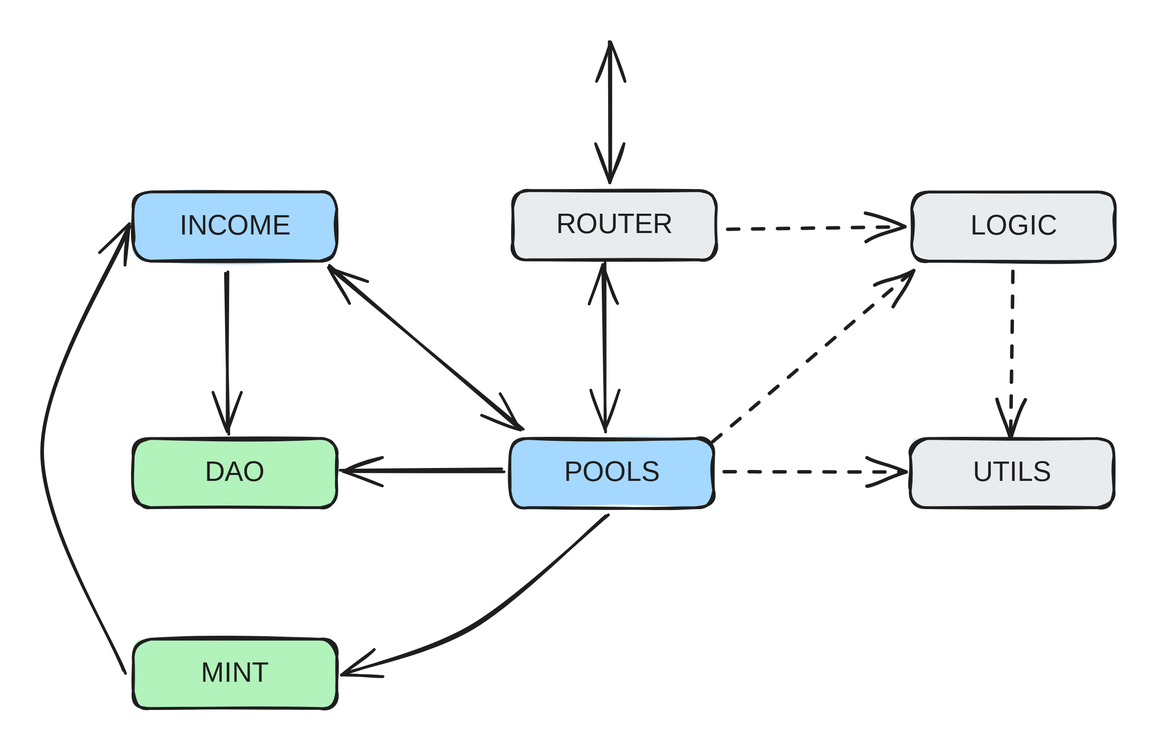
Earlier version of the Excalidraw export .gitbook/assets/file.excalidraw (6).svg (decaswap-labs/docs). Source tidied: one line per element, renumbered; positions are measured from the earlier drawing's top-left corner, leaving out a move shared by most shapes. Source of this version:
```json
{"id": 0, "type": "rectangle", "strokeColor": "#1e1e1e", "backgroundColor": "#e9ecef", "fillStyle": "solid", "strokeWidth": 2, "roughness": 1, "round": true, "x": 340, "y": 108, "width": 147, "height": 50}
{"id": 1, "type": "text", "text": "ROUTER", "strokeColor": "#1e1e1e", "strokeWidth": 2, "roughness": 1, "fontSize": 20, "fontFamily": 1, "textAlign": "center", "verticalAlign": "middle", "inside": 0, "x": 371, "y": 120, "width": 85, "height": 25}
{"id": 2, "type": "rectangle", "strokeColor": "#1e1e1e", "backgroundColor": "#a5d8ff", "fillStyle": "solid", "strokeWidth": 2, "roughness": 1, "round": true, "x": 338, "y": 287, "width": 147, "height": 50}
{"id": 3, "type": "text", "text": "POOLS", "strokeColor": "#1e1e1e", "strokeWidth": 2, "roughness": 1, "fontSize": 20, "fontFamily": 1, "textAlign": "center", "verticalAlign": "middle", "inside": 2, "x": 378, "y": 300, "width": 66, "height": 25}
{"id": 4, "type": "rectangle", "strokeColor": "#1e1e1e", "backgroundColor": "#b2f2bb", "fillStyle": "solid", "strokeWidth": 2, "roughness": 1, "round": true, "x": 66, "y": 287, "width": 147, "height": 50}
{"id": 5, "type": "text", "text": "DAO", "strokeColor": "#1e1e1e", "strokeWidth": 2, "roughness": 1, "fontSize": 20, "fontFamily": 1, "textAlign": "center", "verticalAlign": "middle", "inside": 4, "x": 118, "y": 300, "width": 43, "height": 25}
{"id": 6, "type": "rectangle", "strokeColor": "#1e1e1e", "backgroundColor": "#b2f2bb", "fillStyle": "solid", "strokeWidth": 2, "roughness": 1, "round": true, "x": 66, "y": 432, "width": 147, "height": 50}
{"id": 7, "type": "text", "text": "MINT", "strokeColor": "#1e1e1e", "strokeWidth": 2, "roughness": 1, "fontSize": 20, "fontFamily": 1, "textAlign": "center", "verticalAlign": "middle", "inside": 6, "x": 112, "y": 444, "width": 55, "height": 25}
{"id": 8, "type": "rectangle", "strokeColor": "#1e1e1e", "backgroundColor": "#a5d8ff", "fillStyle": "solid", "strokeWidth": 2, "roughness": 1, "round": true, "x": 66, "y": 109, "width": 147, "height": 50}
{"id": 9, "type": "text", "text": "INCOME", "strokeColor": "#1e1e1e", "strokeWidth": 2, "roughness": 1, "fontSize": 20, "fontFamily": 1, "textAlign": "center", "verticalAlign": "middle", "inside": 8, "x": 100, "y": 122, "width": 80, "height": 25}
{"id": 10, "type": "rectangle", "strokeColor": "#1e1e1e", "backgroundColor": "#e9ecef", "fillStyle": "solid", "strokeWidth": 2, "roughness": 1, "round": true, "x": 628, "y": 109, "width": 147, "height": 50}
{"id": 11, "type": "text", "text": "LOGIC", "strokeColor": "#1e1e1e", "strokeWidth": 2, "roughness": 1, "fontSize": 20, "fontFamily": 1, "textAlign": "center", "verticalAlign": "middle", "inside": 10, "x": 668, "y": 122, "width": 66, "height": 25}
{"id": 12, "type": "rectangle", "strokeColor": "#1e1e1e", "backgroundColor": "#e9ecef", "fillStyle": "solid", "strokeWidth": 2, "roughness": 1, "round": true, "x": 627, "y": 287, "width": 147, "height": 50}
{"id": 13, "type": "text", "text": "UTILS", "strokeColor": "#1e1e1e", "strokeWidth": 2, "roughness": 1, "fontSize": 20, "fontFamily": 1, "textAlign": "center", "verticalAlign": "middle", "inside": 12, "x": 668, "y": 300, "width": 65, "height": 25}
{"id": 14, "type": "arrow", "strokeColor": "#1e1e1e", "backgroundColor": "#e9ecef", "fillStyle": "solid", "strokeWidth": 2, "roughness": 1, "startArrowhead": "arrow", "endArrowhead": "arrow", "round": true, "to": 0, "x": 410, "y": 0, "width": 0, "height": 101, "points": [[0, 0], [0, 101]]}
{"id": 15, "type": "arrow", "strokeColor": "#1e1e1e", "backgroundColor": "#e9ecef", "fillStyle": "solid", "strokeWidth": 2, "roughness": 1, "startArrowhead": "arrow", "endArrowhead": "arrow", "round": true, "from": 0, "to": 2, "x": 406, "y": 162, "width": 0, "height": 120, "points": [[0, 0], [0, 120]]}
{"id": 16, "type": "arrow", "strokeColor": "#1e1e1e", "backgroundColor": "#e9ecef", "fillStyle": "solid", "strokeWidth": 2, "roughness": 1, "endArrowhead": "arrow", "round": true, "from": 2, "to": 4, "x": 333, "y": 310, "width": 117, "height": 1, "points": [[0, 0], [-117, 1]]}
{"id": 17, "type": "arrow", "strokeColor": "#1e1e1e", "backgroundColor": "#e9ecef", "fillStyle": "solid", "strokeWidth": 2, "roughness": 1, "endArrowhead": "arrow", "round": true, "from": 2, "to": 6, "x": 408, "y": 342, "width": 190, "height": 116, "points": [[0, 0], [-97, 81], [-190, 116]]}
{"id": 18, "type": "arrow", "strokeColor": "#1e1e1e", "backgroundColor": "#e9ecef", "fillStyle": "solid", "strokeWidth": 2, "roughness": 1, "startArrowhead": "arrow", "endArrowhead": "arrow", "round": true, "from": 2, "to": 8, "x": 346, "y": 280, "width": 139, "height": 118, "points": [[0, 0], [-139, -118]]}
{"id": 19, "type": "arrow", "strokeColor": "#1e1e1e", "backgroundColor": "#e9ecef", "fillStyle": "solid", "strokeWidth": 2, "roughness": 1, "endArrowhead": "arrow", "round": true, "from": 6, "to": 8, "x": 60, "y": 455, "width": 63, "height": 322, "points": [[0, 0], [-60, -159], [3, -322]]}
{"id": 20, "type": "arrow", "strokeColor": "#1e1e1e", "backgroundColor": "#e9ecef", "fillStyle": "solid", "strokeWidth": 2, "strokeStyle": "dashed", "roughness": 1, "endArrowhead": "arrow", "round": true, "from": 2, "to": 12, "x": 493, "y": 311, "width": 130, "height": 0, "points": [[0, 0], [130, 0]]}
{"id": 21, "type": "arrow", "strokeColor": "#1e1e1e", "backgroundColor": "#e9ecef", "fillStyle": "solid", "strokeWidth": 2, "strokeStyle": "dashed", "roughness": 1, "endArrowhead": "arrow", "round": true, "from": 10, "to": 12, "x": 700, "y": 167, "width": 0, "height": 120, "points": [[0, 0], [0, 120]]}
{"id": 22, "type": "arrow", "strokeColor": "#1e1e1e", "backgroundColor": "#e9ecef", "fillStyle": "solid", "strokeWidth": 2, "strokeStyle": "dashed", "roughness": 1, "endArrowhead": "arrow", "round": true, "from": 0, "to": 10, "x": 494, "y": 137, "width": 130, "height": 4, "points": [[0, 0], [130, -4]]}
{"id": 23, "type": "arrow", "strokeColor": "#1e1e1e", "strokeWidth": 2, "roughness": 1, "endArrowhead": "arrow", "round": true, "from": 8, "to": 4, "x": 133, "y": 168, "width": 2, "height": 116, "points": [[0, 0], [2, 116]]}
{"id": 24, "type": "arrow", "strokeColor": "#1e1e1e", "strokeWidth": 2, "strokeStyle": "dashed", "roughness": 1, "endArrowhead": "arrow", "round": true, "to": 10, "x": 484, "y": 289, "width": 146, "height": 124, "points": [[0, 0], [146, -124]]}
```
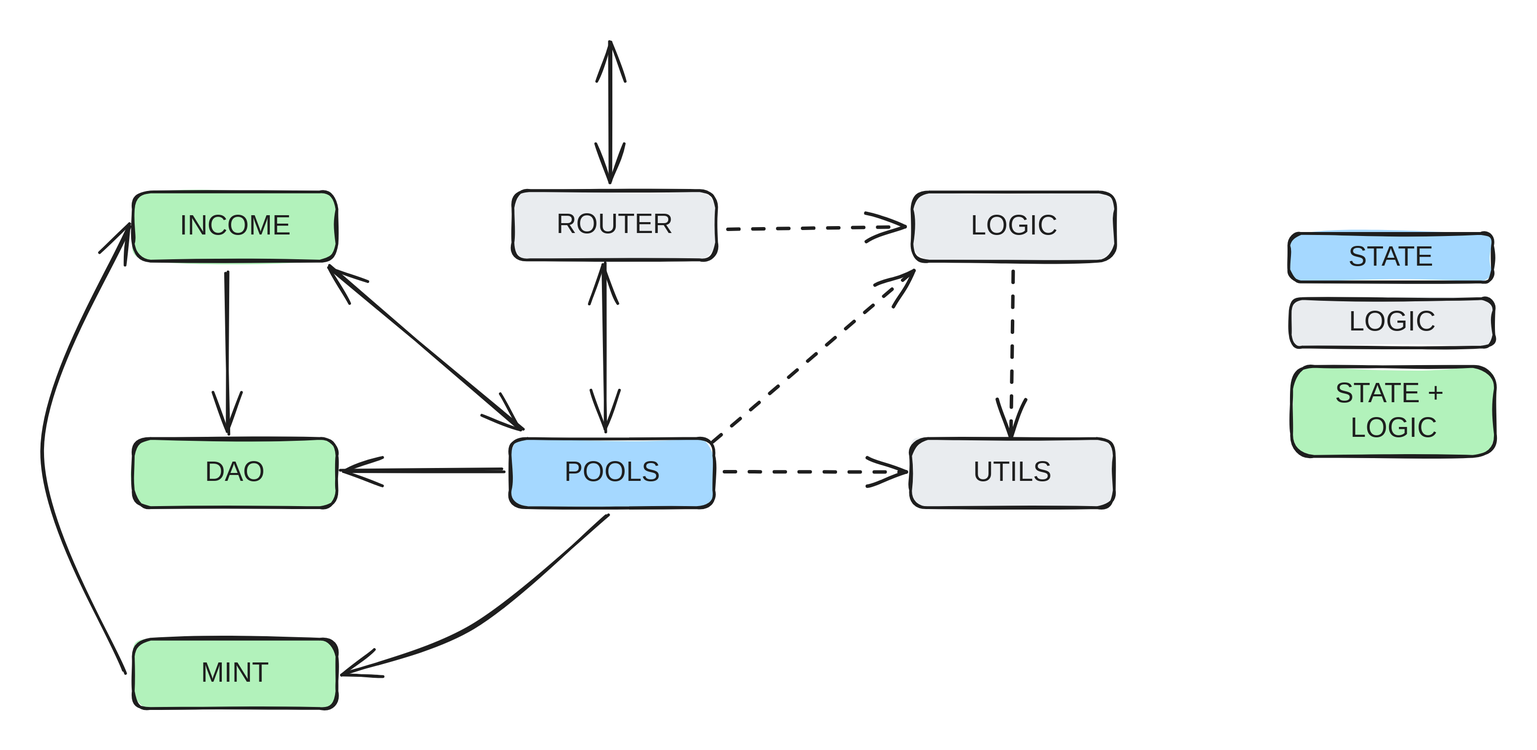
After the commit.

Commit message:
GITBOOK-8: No subject

What changed in the source:
```diff
@@ -1,25 +1,31 @@
 {"id": 0, "type": "rectangle", "strokeColor": "#1e1e1e", "backgroundColor": "#e9ecef", "fillStyle": "solid", "strokeWidth": 2, "roughness": 1, "round": true, "x": 340, "y": 108, "width": 147, "height": 50}
 {"id": 1, "type": "text", "text": "ROUTER", "strokeColor": "#1e1e1e", "strokeWidth": 2, "roughness": 1, "fontSize": 20, "fontFamily": 1, "textAlign": "center", "verticalAlign": "middle", "inside": 0, "x": 371, "y": 120, "width": 85, "height": 25}
-{"id": 2, "type": "rectangle", "strokeColor": "#1e1e1e", "backgroundColor": "#a5d8ff", "fillStyle": "solid", "strokeWidth": 2, "roughness": 1, "round": true, "x": 338, "y": 287, "width": 147, "height": 50}
-{"id": 3, "type": "text", "text": "POOLS", "strokeColor": "#1e1e1e", "strokeWidth": 2, "roughness": 1, "fontSize": 20, "fontFamily": 1, "textAlign": "center", "verticalAlign": "middle", "inside": 2, "x": 378, "y": 300, "width": 66, "height": 25}
+{"id": 25, "type": "rectangle", "strokeColor": "#1e1e1e", "backgroundColor": "#a5d8ff", "fillStyle": "solid", "strokeWidth": 2, "roughness": 1, "round": true, "x": 338, "y": 287, "width": 147, "height": 50}
+{"id": 26, "type": "text", "text": "POOLS", "strokeColor": "#1e1e1e", "strokeWidth": 2, "roughness": 1, "fontSize": 20, "fontFamily": 1, "textAlign": "center", "verticalAlign": "middle", "inside": 25, "x": 378, "y": 300, "width": 66, "height": 25}
 {"id": 4, "type": "rectangle", "strokeColor": "#1e1e1e", "backgroundColor": "#b2f2bb", "fillStyle": "solid", "strokeWidth": 2, "roughness": 1, "round": true, "x": 66, "y": 287, "width": 147, "height": 50}
 {"id": 5, "type": "text", "text": "DAO", "strokeColor": "#1e1e1e", "strokeWidth": 2, "roughness": 1, "fontSize": 20, "fontFamily": 1, "textAlign": "center", "verticalAlign": "middle", "inside": 4, "x": 118, "y": 300, "width": 43, "height": 25}
 {"id": 6, "type": "rectangle", "strokeColor": "#1e1e1e", "backgroundColor": "#b2f2bb", "fillStyle": "solid", "strokeWidth": 2, "roughness": 1, "round": true, "x": 66, "y": 432, "width": 147, "height": 50}
 {"id": 7, "type": "text", "text": "MINT", "strokeColor": "#1e1e1e", "strokeWidth": 2, "roughness": 1, "fontSize": 20, "fontFamily": 1, "textAlign": "center", "verticalAlign": "middle", "inside": 6, "x": 112, "y": 444, "width": 55, "height": 25}
-{"id": 8, "type": "rectangle", "strokeColor": "#1e1e1e", "backgroundColor": "#a5d8ff", "fillStyle": "solid", "strokeWidth": 2, "roughness": 1, "round": true, "x": 66, "y": 109, "width": 147, "height": 50}
+{"id": 8, "type": "rectangle", "strokeColor": "#1e1e1e", "backgroundColor": "#b2f2bb", "fillStyle": "solid", "strokeWidth": 2, "roughness": 1, "round": true, "x": 66, "y": 109, "width": 147, "height": 50}
 {"id": 9, "type": "text", "text": "INCOME", "strokeColor": "#1e1e1e", "strokeWidth": 2, "roughness": 1, "fontSize": 20, "fontFamily": 1, "textAlign": "center", "verticalAlign": "middle", "inside": 8, "x": 100, "y": 122, "width": 80, "height": 25}
 {"id": 10, "type": "rectangle", "strokeColor": "#1e1e1e", "backgroundColor": "#e9ecef", "fillStyle": "solid", "strokeWidth": 2, "roughness": 1, "round": true, "x": 628, "y": 109, "width": 147, "height": 50}
 {"id": 11, "type": "text", "text": "LOGIC", "strokeColor": "#1e1e1e", "strokeWidth": 2, "roughness": 1, "fontSize": 20, "fontFamily": 1, "textAlign": "center", "verticalAlign": "middle", "inside": 10, "x": 668, "y": 122, "width": 66, "height": 25}
 {"id": 12, "type": "rectangle", "strokeColor": "#1e1e1e", "backgroundColor": "#e9ecef", "fillStyle": "solid", "strokeWidth": 2, "roughness": 1, "round": true, "x": 627, "y": 287, "width": 147, "height": 50}
 {"id": 13, "type": "text", "text": "UTILS", "strokeColor": "#1e1e1e", "strokeWidth": 2, "roughness": 1, "fontSize": 20, "fontFamily": 1, "textAlign": "center", "verticalAlign": "middle", "inside": 12, "x": 668, "y": 300, "width": 65, "height": 25}
 {"id": 14, "type": "arrow", "strokeColor": "#1e1e1e", "backgroundColor": "#e9ecef", "fillStyle": "solid", "strokeWidth": 2, "roughness": 1, "startArrowhead": "arrow", "endArrowhead": "arrow", "round": true, "to": 0, "x": 410, "y": 0, "width": 0, "height": 101, "points": [[0, 0], [0, 101]]}
-{"id": 15, "type": "arrow", "strokeColor": "#1e1e1e", "backgroundColor": "#e9ecef", "fillStyle": "solid", "strokeWidth": 2, "roughness": 1, "startArrowhead": "arrow", "endArrowhead": "arrow", "round": true, "from": 0, "to": 2, "x": 406, "y": 162, "width": 0, "height": 120, "points": [[0, 0], [0, 120]]}
+{"id": 15, "type": "arrow", "strokeColor": "#1e1e1e", "backgroundColor": "#e9ecef", "fillStyle": "solid", "strokeWidth": 2, "roughness": 1, "startArrowhead": "arrow", "endArrowhead": "arrow", "round": true, "from": 0, "to": 25, "x": 406, "y": 162, "width": 0, "height": 120, "points": [[0, 0], [0, 120]]}
-{"id": 16, "type": "arrow", "strokeColor": "#1e1e1e", "backgroundColor": "#e9ecef", "fillStyle": "solid", "strokeWidth": 2, "roughness": 1, "endArrowhead": "arrow", "round": true, "from": 2, "to": 4, "x": 333, "y": 310, "width": 117, "height": 1, "points": [[0, 0], [-117, 1]]}
+{"id": 16, "type": "arrow", "strokeColor": "#1e1e1e", "backgroundColor": "#e9ecef", "fillStyle": "solid", "strokeWidth": 2, "roughness": 1, "endArrowhead": "arrow", "round": true, "from": 25, "to": 4, "x": 333, "y": 310, "width": 117, "height": 1, "points": [[0, 0], [-117, 1]]}
-{"id": 17, "type": "arrow", "strokeColor": "#1e1e1e", "backgroundColor": "#e9ecef", "fillStyle": "solid", "strokeWidth": 2, "roughness": 1, "endArrowhead": "arrow", "round": true, "from": 2, "to": 6, "x": 408, "y": 342, "width": 190, "height": 116, "points": [[0, 0], [-97, 81], [-190, 116]]}
+{"id": 17, "type": "arrow", "strokeColor": "#1e1e1e", "backgroundColor": "#e9ecef", "fillStyle": "solid", "strokeWidth": 2, "roughness": 1, "endArrowhead": "arrow", "round": true, "from": 25, "to": 6, "x": 408, "y": 342, "width": 190, "height": 116, "points": [[0, 0], [-97, 81], [-190, 116]]}
-{"id": 18, "type": "arrow", "strokeColor": "#1e1e1e", "backgroundColor": "#e9ecef", "fillStyle": "solid", "strokeWidth": 2, "roughness": 1, "startArrowhead": "arrow", "endArrowhead": "arrow", "round": true, "from": 2, "to": 8, "x": 346, "y": 280, "width": 139, "height": 118, "points": [[0, 0], [-139, -118]]}
+{"id": 18, "type": "arrow", "strokeColor": "#1e1e1e", "backgroundColor": "#e9ecef", "fillStyle": "solid", "strokeWidth": 2, "roughness": 1, "startArrowhead": "arrow", "endArrowhead": "arrow", "round": true, "from": 25, "to": 8, "x": 346, "y": 280, "width": 139, "height": 118, "points": [[0, 0], [-139, -118]]}
 {"id": 19, "type": "arrow", "strokeColor": "#1e1e1e", "backgroundColor": "#e9ecef", "fillStyle": "solid", "strokeWidth": 2, "roughness": 1, "endArrowhead": "arrow", "round": true, "from": 6, "to": 8, "x": 60, "y": 455, "width": 63, "height": 322, "points": [[0, 0], [-60, -159], [3, -322]]}
-{"id": 20, "type": "arrow", "strokeColor": "#1e1e1e", "backgroundColor": "#e9ecef", "fillStyle": "solid", "strokeWidth": 2, "strokeStyle": "dashed", "roughness": 1, "endArrowhead": "arrow", "round": true, "from": 2, "to": 12, "x": 493, "y": 311, "width": 130, "height": 0, "points": [[0, 0], [130, 0]]}
+{"id": 20, "type": "arrow", "strokeColor": "#1e1e1e", "backgroundColor": "#e9ecef", "fillStyle": "solid", "strokeWidth": 2, "strokeStyle": "dashed", "roughness": 1, "endArrowhead": "arrow", "round": true, "from": 25, "to": 12, "x": 493, "y": 311, "width": 130, "height": 0, "points": [[0, 0], [130, 0]]}
 {"id": 21, "type": "arrow", "strokeColor": "#1e1e1e", "backgroundColor": "#e9ecef", "fillStyle": "solid", "strokeWidth": 2, "strokeStyle": "dashed", "roughness": 1, "endArrowhead": "arrow", "round": true, "from": 10, "to": 12, "x": 700, "y": 167, "width": 0, "height": 120, "points": [[0, 0], [0, 120]]}
 {"id": 22, "type": "arrow", "strokeColor": "#1e1e1e", "backgroundColor": "#e9ecef", "fillStyle": "solid", "strokeWidth": 2, "strokeStyle": "dashed", "roughness": 1, "endArrowhead": "arrow", "round": true, "from": 0, "to": 10, "x": 494, "y": 137, "width": 130, "height": 4, "points": [[0, 0], [130, -4]]}
 {"id": 23, "type": "arrow", "strokeColor": "#1e1e1e", "strokeWidth": 2, "roughness": 1, "endArrowhead": "arrow", "round": true, "from": 8, "to": 4, "x": 133, "y": 168, "width": 2, "height": 116, "points": [[0, 0], [2, 116]]}
 {"id": 24, "type": "arrow", "strokeColor": "#1e1e1e", "strokeWidth": 2, "strokeStyle": "dashed", "roughness": 1, "endArrowhead": "arrow", "round": true, "to": 10, "x": 484, "y": 289, "width": 146, "height": 124, "points": [[0, 0], [146, -124]]}
+{"id": 27, "type": "rectangle", "strokeColor": "#1e1e1e", "backgroundColor": "#a5d8ff", "fillStyle": "solid", "strokeWidth": 2, "roughness": 1, "round": true, "x": 900, "y": 139, "width": 147, "height": 35}
+{"id": 28, "type": "text", "text": "STATE", "strokeColor": "#1e1e1e", "strokeWidth": 2, "roughness": 1, "fontSize": 20, "fontFamily": 1, "textAlign": "center", "verticalAlign": "middle", "inside": 27, "x": 938, "y": 144, "width": 71, "height": 25}
+{"id": 2, "type": "rectangle", "strokeColor": "#1e1e1e", "backgroundColor": "#e9ecef", "fillStyle": "solid", "strokeWidth": 2, "roughness": 1, "round": true, "x": 901, "y": 186, "width": 147, "height": 35}
+{"id": 3, "type": "text", "text": "LOGIC", "strokeColor": "#1e1e1e", "strokeWidth": 2, "roughness": 1, "fontSize": 20, "fontFamily": 1, "textAlign": "center", "verticalAlign": "middle", "inside": 2, "x": 941, "y": 191, "width": 66, "height": 25}
+{"id": 29, "type": "rectangle", "strokeColor": "#1e1e1e", "backgroundColor": "#b2f2bb", "fillStyle": "solid", "strokeWidth": 2, "roughness": 1, "round": true, "x": 902, "y": 235, "width": 147, "height": 65}
+{"id": 30, "type": "text", "text": "STATE + \nLOGIC", "strokeColor": "#1e1e1e", "strokeWidth": 2, "roughness": 1, "fontSize": 20, "fontFamily": 1, "textAlign": "center", "verticalAlign": "middle", "inside": 29, "x": 924, "y": 243, "width": 103, "height": 50}
```
